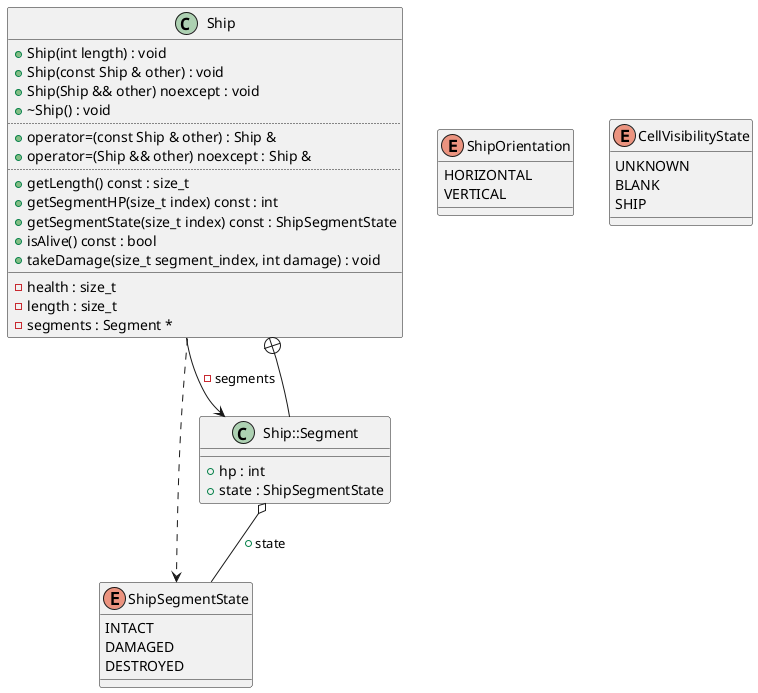
Rennelv/ships keeps this PlantUML diagram as diagrams/Ship.png. Above is the earlier version.
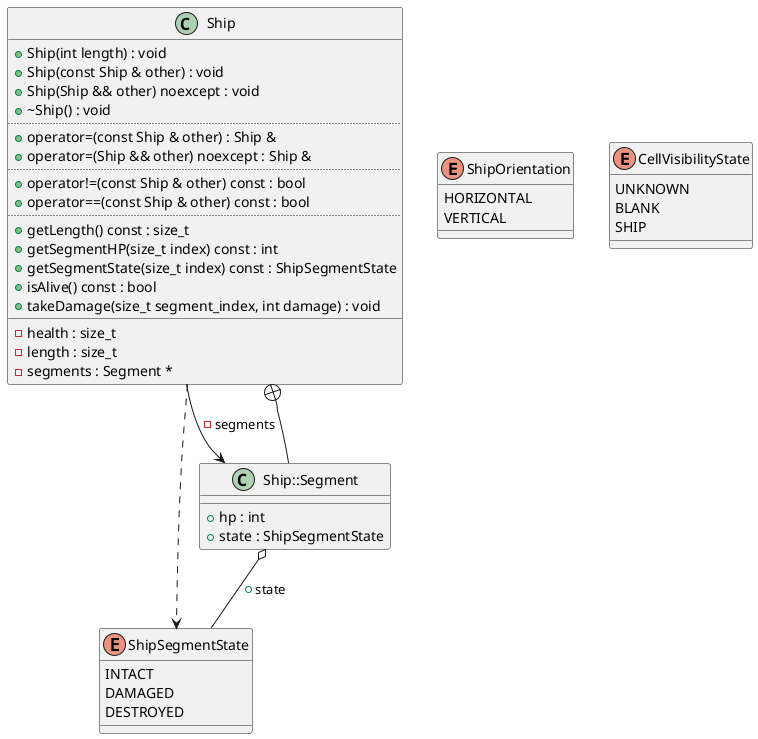
The same file after the commit.

The edit, as a diff of the source:
```diff
@@ -26,6 +26,9 @@
 +operator=(const Ship & other) : Ship &
 +operator=(Ship && other) noexcept : Ship &
 ..
++operator!=(const Ship & other) const : bool
++operator==(const Ship & other) const : bool
+..
 +getLength() const : size_t
 +getSegmentHP(size_t index) const : int
 +getSegmentState(size_t index) const : ShipSegmentState
```
